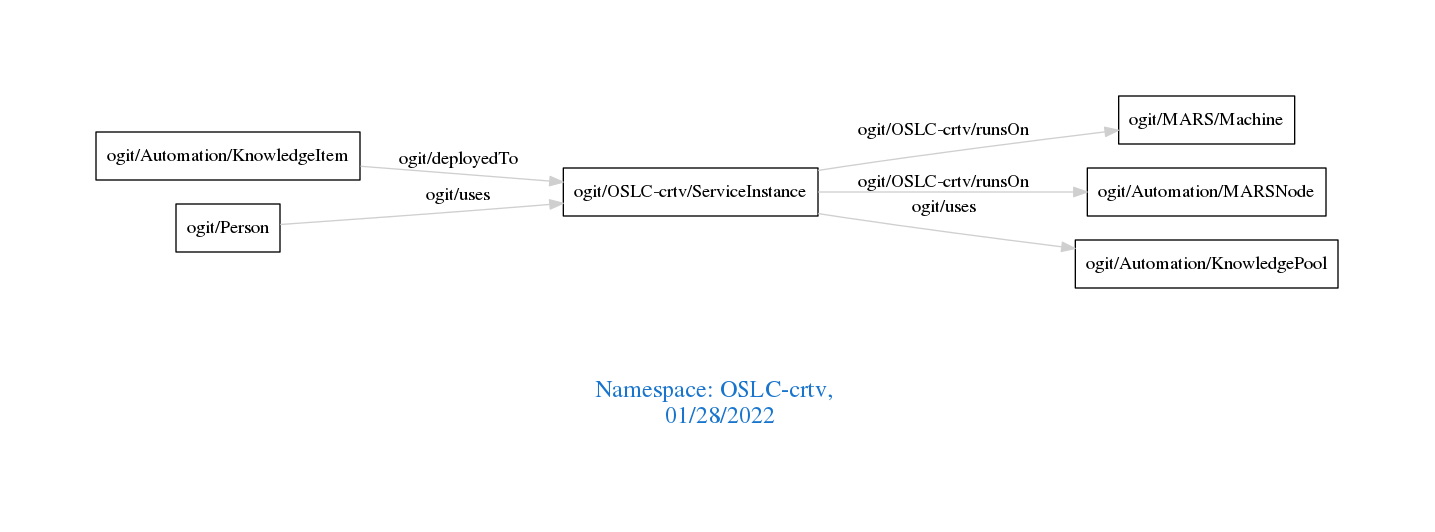
Earlier version of the Graphviz export downloads/OSLC-crtv.png (arago/OGIT). Its source is kept beside it as downloads/OSLC-crtv.dot.
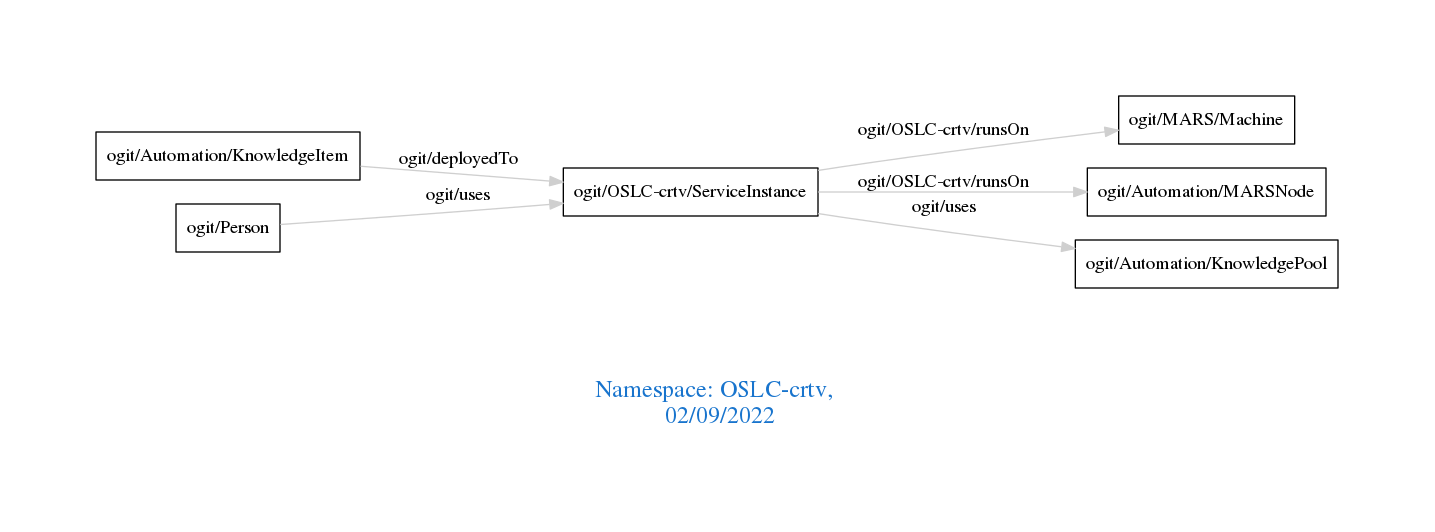
The same diagram one commit later.

Diff of the diagram source:
```diff
@@ -1,7 +1,7 @@
 digraph OGIT_ontology {
  graph [ rankdir= LR,pad=1
 fontsize = 18,
-fontcolor= dodgerblue3,label = "\n\n\nNamespace: OSLC-crtv, \n 01/28/2022"];
+fontcolor= dodgerblue3,label = "\n\n\nNamespace: OSLC-crtv, \n 02/09/2022"];
 node[shape=polygon];
 edge [  color="gray81"];
 
```
